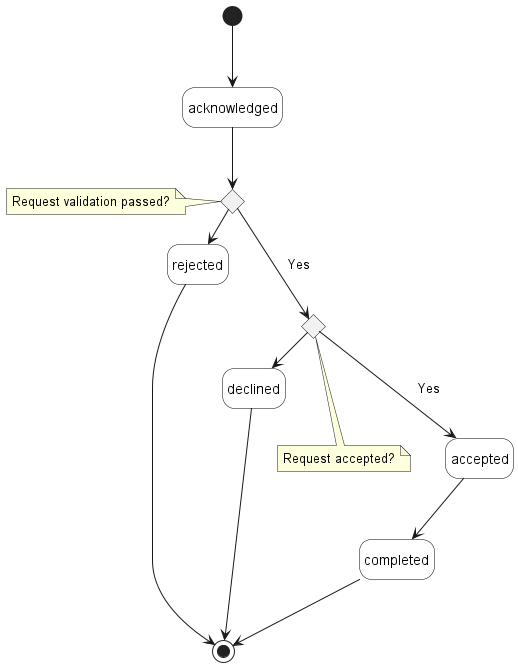
Earlier version of the PlantUML export documentation/serviceApi/sft/serviceTest/media/suspendTestJobStates.png (MEF-GIT/MEF-LSO-Legato-SDK).
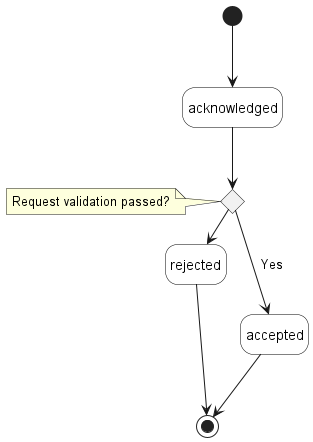
Later version of the same file.

What changed in the source:
```diff
@@ -9,29 +9,18 @@
 state request_validated <<choice>>
  note left of request_validated : Request validation passed?
 
-state request_accepted <<choice>>
- note bottom of request_accepted : Request accepted?
-
 [*] -d-> acknowledged
 
 acknowledged -d-> request_validated
 
-request_validated -d-> request_accepted: Yes
+request_validated -d-> accepted: Yes
 
 request_validated -r-> rejected: No
-
-request_accepted -d-> accepted: Yes
-
-request_accepted -r-> declined: No
 
 
 rejected -d-> [*]
 
-accepted -d-> completed
-
-completed -d-> [*]
-
-declined -d-> [*]
+accepted -d-> [*]
 
 
 @enduml
```
